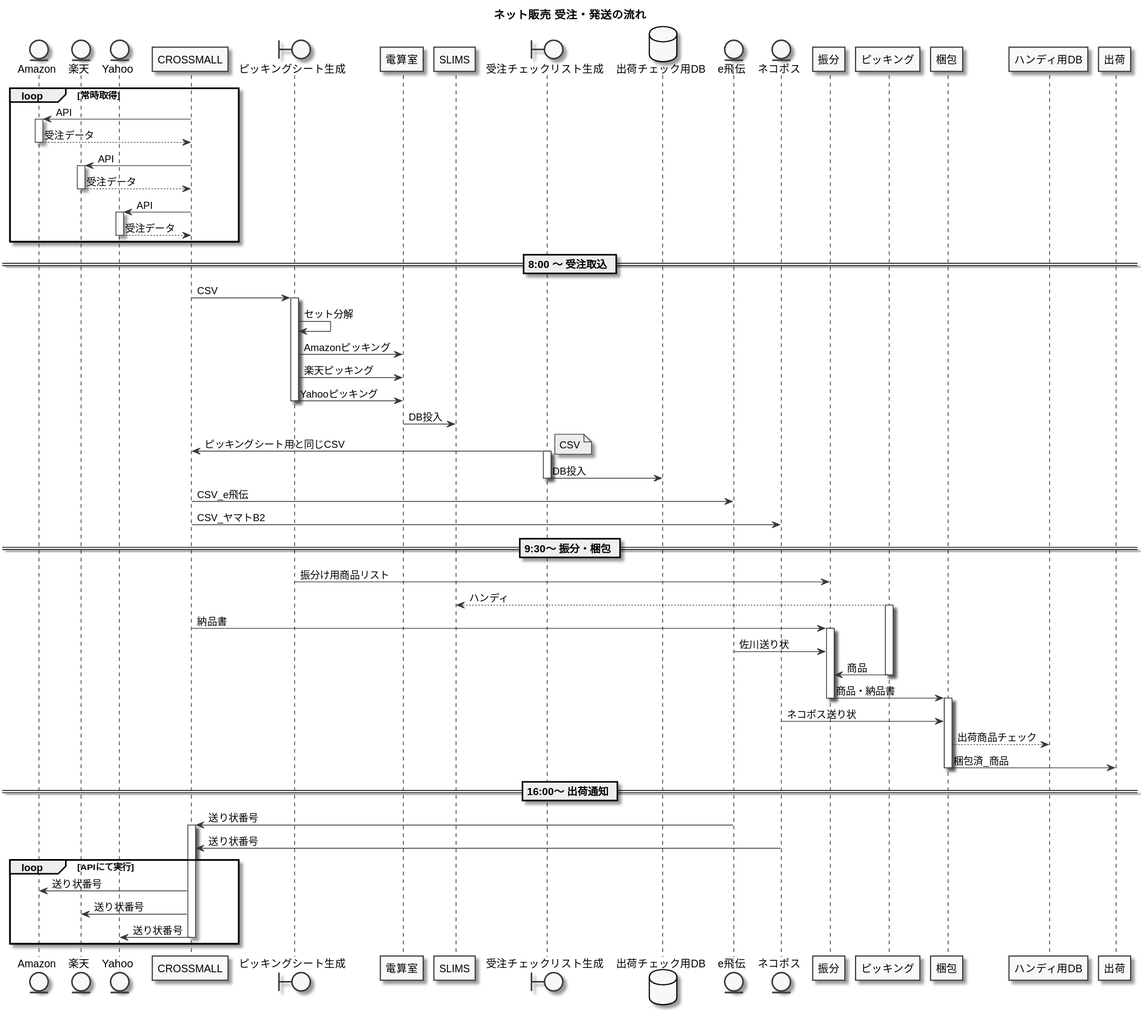
amunenaga/ec-backyard-macro keeps this PlantUML diagram as out/recieving_orders_process/recieving_orders_process.svg. Above is the earlier version. Its source is kept beside it as recieving_orders_process.puml.
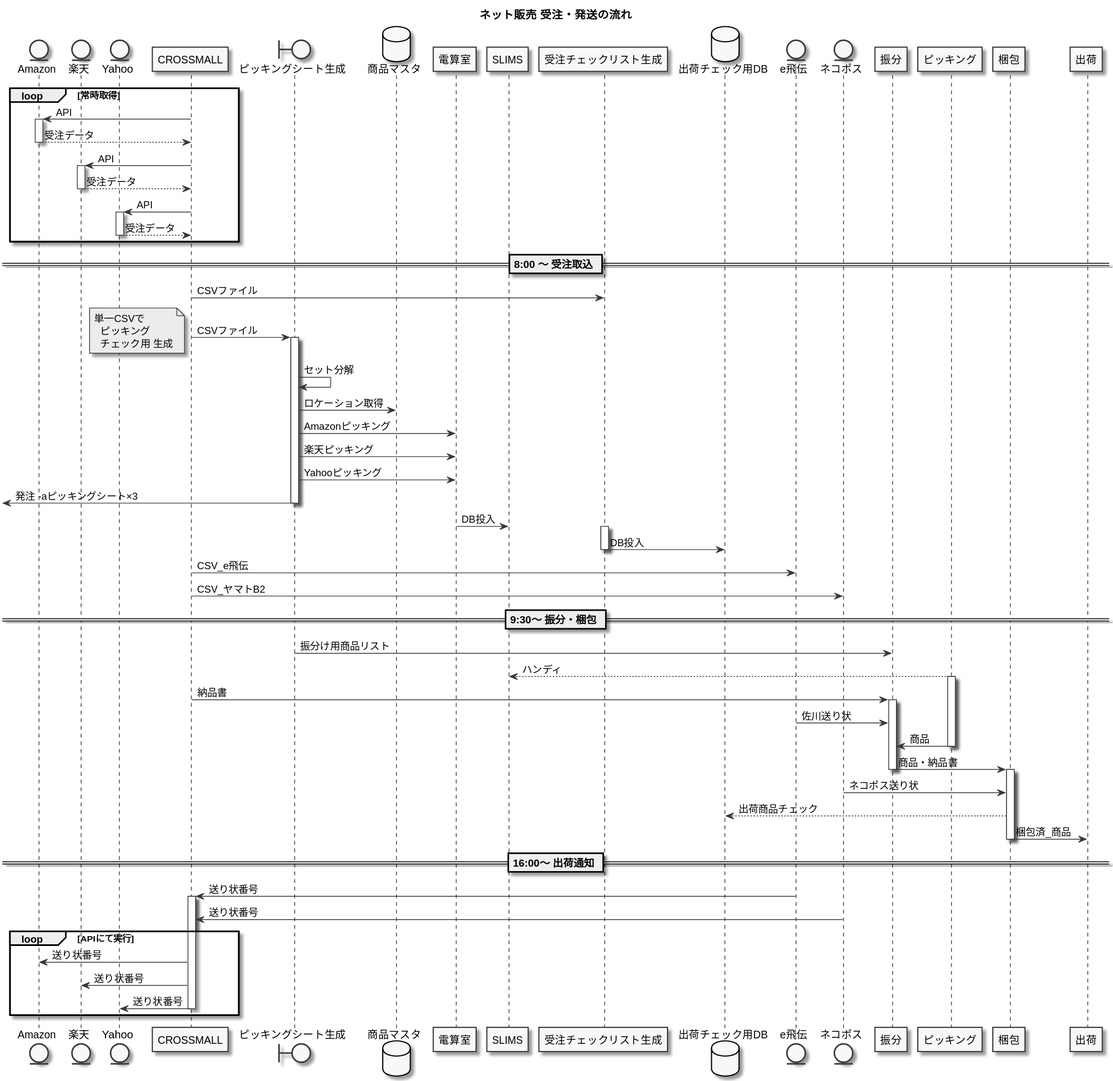
The same diagram one commit later.

Change to the diagram source:
```diff
@@ -1,4 +1,4 @@
-@startuml /uml/recieving_orders_process
+@startuml recieving_orders_process
 
 skinparam monochrome true
 
@@ -31,28 +31,35 @@
 == 8:00 ～ 受注取込 ==
 
 Boundary ピッキングシート生成
+database 商品マスタ
 
-CROSSMALL -> ピッキングシート生成 : CSV
+CROSSMALL -> 受注チェックリスト生成 : CSVファイル
+
+CROSSMALL -> ピッキングシート生成 : CSVファイル
+
+Note Left
+単一CSVで
+  ピッキング
+  チェック用 生成
+end note
 
 activate ピッキングシート生成
 
     ピッキングシート生成 -> ピッキングシート生成 : セット分解
 
+    ピッキングシート生成 -> 商品マスタ : ロケーション取得
+
     ピッキングシート生成 -> 電算室 : Amazonピッキング
     ピッキングシート生成 -> 電算室 : 楽天ピッキング
     ピッキングシート生成 -> 電算室 : Yahooピッキング
+
+[<- ピッキングシート生成 : 発注 -aピッキングシート×3
 
 deactivate ピッキングシート生成
 
 電算室 -> SLIMS : DB投入
 
 Boundary 受注チェックリスト生成
-
-CROSSMALL <- 受注チェックリスト生成 : ピッキングシート用と同じCSV
-
-Note Right
-    CSV
-end note
 
 activate 受注チェックリスト生成
 
@@ -91,7 +98,7 @@
 
     ネコポス -> 梱包 : ネコポス送り状
 
-    ハンディ用DB <-- 梱包 : 出荷商品チェック
+    出荷チェック用DB <-- 梱包 : 出荷商品チェック
 
     梱包 -> 出荷 : 梱包済_商品
 
```
